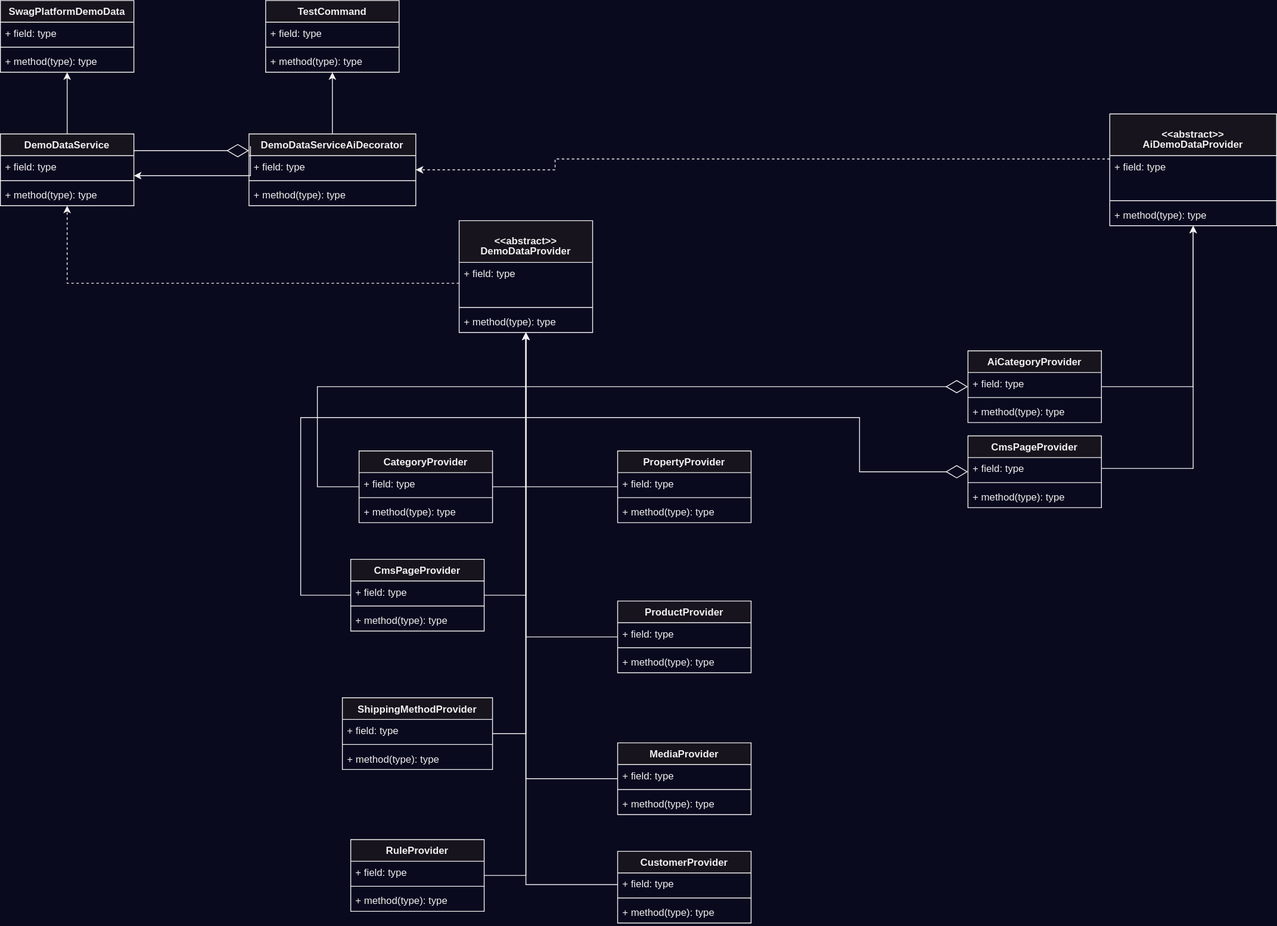
Earlier version of the draw.io export dev/DigaADD Class Diagram Decorationg.drawio.svg (ditegra-GmbH/SwagPlatformDemoData). Source tidied: cells renumbered, new cells last; positions are measured from the earlier drawing's top-left corner, leaving out a move shared by most shapes.
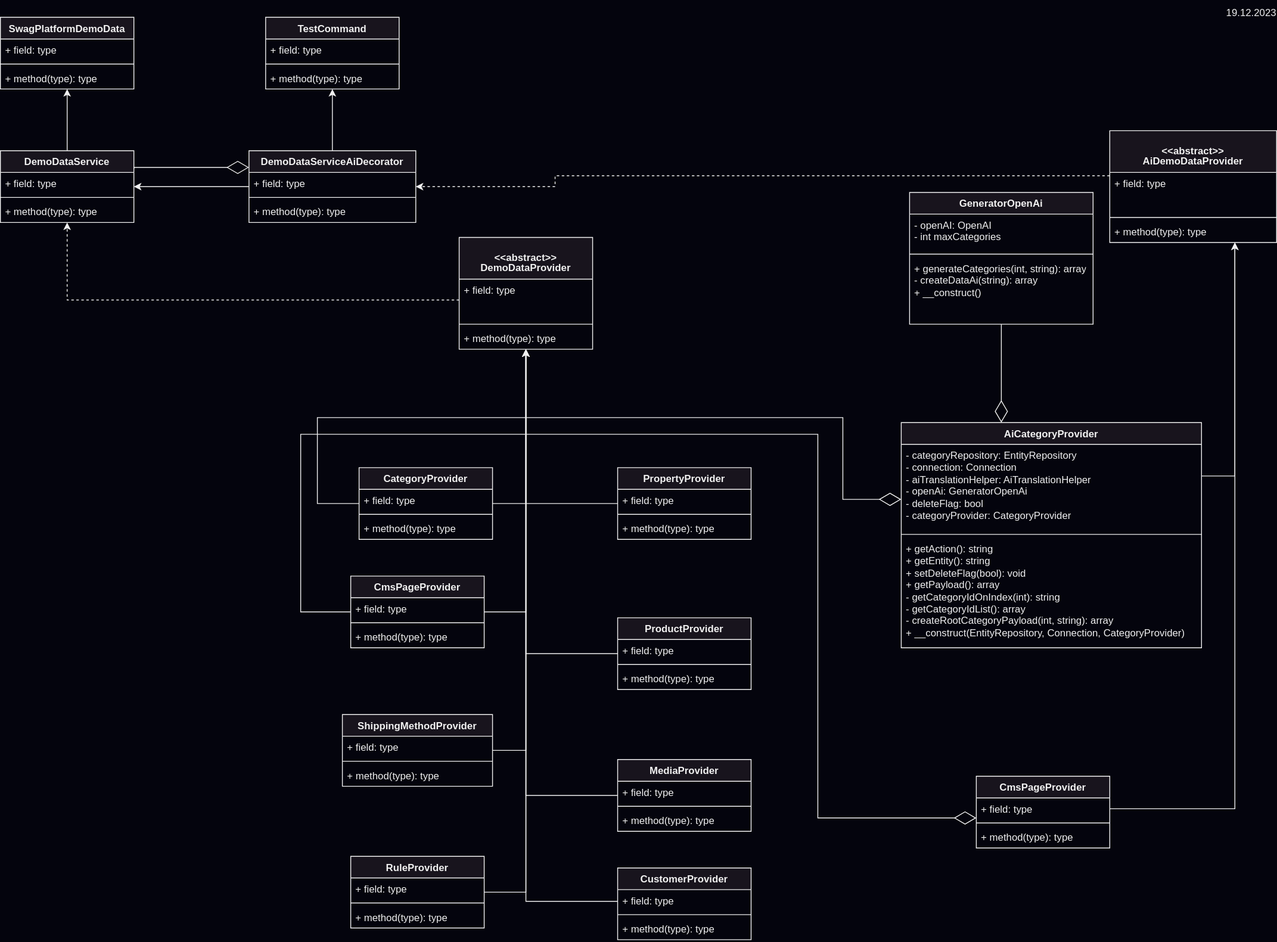
The same file after the commit.

Commit message:
update UML to current version of code

Change to the diagram source:
```diff
@@ -1,4 +1,4 @@
-<mxGraphModel>
+<mxGraphModel background="#04040D">
   <root>
     <mxCell id="0" />
     <mxCell id="1" parent="0" />
@@ -182,19 +182,23 @@
       <mxGeometry y="60" width="180" height="26" as="geometry" />
     </mxCell>
     <mxCell id="55" style="edgeStyle=orthogonalEdgeStyle;rounded=0;jettySize=auto;html=1;" parent="1" edge="1" source="56" target="61">
-      <mxGeometry relative="1" as="geometry" />
+      <mxGeometry relative="1" as="geometry">
+        <Array as="points">
+          <mxPoint x="1480" y="550" />
+        </Array>
+      </mxGeometry>
     </mxCell>
     <mxCell id="56" value="AiCategoryProvider" style="swimlane;fontStyle=1;align=center;verticalAlign=top;horizontal=1;startSize=26;whiteSpace=wrap;html=1;" parent="1" vertex="1">
-      <mxGeometry x="1160" y="420" width="160" height="86" as="geometry" />
+      <mxGeometry x="1080" y="486" width="360" height="270" as="geometry" />
     </mxCell>
-    <mxCell id="57" value="+ field: type" style="text;strokeColor=none;fillColor=none;align=left;verticalAlign=top;spacingLeft=4;spacingRight=4;overflow=hidden;whiteSpace=wrap;html=1;" parent="56" vertex="1">
-      <mxGeometry y="26" width="160" height="26" as="geometry" />
+    <mxCell id="57" value="&lt;div&gt;- categoryRepository: EntityRepository&lt;/div&gt;&lt;div&gt;- connection: Connection&lt;/div&gt;&lt;div&gt;- aiTranslationHelper: AiTranslationHelper&lt;/div&gt;&lt;div&gt;- openAi: GeneratorOpenAi&lt;/div&gt;&lt;div&gt;- deleteFlag: bool&lt;/div&gt;&lt;div&gt;- categoryProvider: CategoryProvider&lt;/div&gt;" style="text;strokeColor=none;fillColor=none;align=left;verticalAlign=top;spacingLeft=4;spacingRight=4;overflow=hidden;whiteSpace=wrap;html=1;" parent="56" vertex="1">
+      <mxGeometry y="26" width="360" height="104" as="geometry" />
     </mxCell>
     <mxCell id="58" style="line;strokeWidth=1;fillColor=none;align=left;verticalAlign=middle;spacingTop=-1;spacingLeft=3;spacingRight=3;labelPosition=right;strokeColor=inherit;" parent="56" vertex="1">
-      <mxGeometry y="52" width="160" height="8" as="geometry" />
+      <mxGeometry y="130" width="360" height="8" as="geometry" />
     </mxCell>
-    <mxCell id="59" value="+ method(type): type" style="text;strokeColor=none;fillColor=none;align=left;verticalAlign=top;spacingLeft=4;spacingRight=4;overflow=hidden;whiteSpace=wrap;html=1;" parent="56" vertex="1">
-      <mxGeometry y="60" width="160" height="26" as="geometry" />
+    <mxCell id="59" value="&lt;div&gt;+ getAction(): string&lt;/div&gt;&lt;div&gt;+ getEntity(): string&lt;/div&gt;&lt;div&gt;+ setDeleteFlag(bool): void&lt;/div&gt;&lt;div&gt;+ getPayload(): array&lt;/div&gt;&lt;div&gt;&lt;div&gt;- getCategoryIdOnIndex(int): string&lt;/div&gt;&lt;div&gt;- getCategoryIdList(): array&lt;/div&gt;&lt;div&gt;- createRootCategoryPayload(int, string): array&lt;/div&gt;&lt;/div&gt;&lt;div&gt;+ __construct(EntityRepository, Connection, CategoryProvider)&lt;/div&gt;" style="text;strokeColor=none;fillColor=none;align=left;verticalAlign=top;spacingLeft=4;spacingRight=4;overflow=hidden;whiteSpace=wrap;html=1;" parent="56" vertex="1">
+      <mxGeometry y="138" width="360" height="132" as="geometry" />
     </mxCell>
     <mxCell id="60" style="edgeStyle=orthogonalEdgeStyle;rounded=0;jettySize=auto;html=1;dashed=1;" parent="1" edge="1" source="61" target="67">
       <mxGeometry relative="1" as="geometry">
@@ -235,12 +239,8 @@
     <mxCell id="70" value="+ method(type): type" style="text;strokeColor=none;fillColor=none;align=left;verticalAlign=top;spacingLeft=4;spacingRight=4;overflow=hidden;whiteSpace=wrap;html=1;" parent="67" vertex="1">
       <mxGeometry y="60" width="200" height="26" as="geometry" />
     </mxCell>
-    <mxCell id="71" style="edgeStyle=orthogonalEdgeStyle;rounded=0;jettySize=auto;html=1;exitX=0.009;exitY=0.17;exitDx=0;exitDy=0;exitPerimeter=0;" parent="1" edge="1" source="67" target="7">
-      <mxGeometry relative="1" as="geometry">
-        <Array as="points">
-          <mxPoint x="300" y="210" />
-        </Array>
-      </mxGeometry>
+    <mxCell id="71" style="edgeStyle=orthogonalEdgeStyle;rounded=0;jettySize=auto;html=1;" parent="1" edge="1" source="67" target="7">
+      <mxGeometry relative="1" as="geometry" />
     </mxCell>
     <mxCell id="72" style="endArrow=diamondThin;endFill=0;endSize=24;html=1;rounded=0;edgeStyle=orthogonalEdgeStyle;exitX=1;exitY=0.25;exitDx=0;exitDy=0;" parent="1" edge="1" source="7" target="67">
       <mxGeometry relative="1" as="geometry">
@@ -265,12 +265,14 @@
       <mxGeometry relative="1" as="geometry">
         <Array as="points">
           <mxPoint x="380" y="583" />
-          <mxPoint x="380" y="463" />
+          <mxPoint x="380" y="480" />
+          <mxPoint x="1010" y="480" />
+          <mxPoint x="1010" y="578" />
         </Array>
       </mxGeometry>
     </mxCell>
     <mxCell id="78" value="CmsPageProvider" style="swimlane;fontStyle=1;align=center;verticalAlign=top;horizontal=1;startSize=26;whiteSpace=wrap;html=1;" parent="1" vertex="1">
-      <mxGeometry x="1160" y="522" width="160" height="86" as="geometry" />
+      <mxGeometry x="1170" y="910" width="160" height="86" as="geometry" />
     </mxCell>
     <mxCell id="79" value="+ field: type" style="text;strokeColor=none;fillColor=none;align=left;verticalAlign=top;spacingLeft=4;spacingRight=4;overflow=hidden;points=[[0,0.5],[1,0.5]];portConstraint=eastwest;whiteSpace=wrap;html=1;" parent="78" vertex="1">
       <mxGeometry y="26" width="160" height="26" as="geometry" />
@@ -286,13 +288,40 @@
         <Array as="points">
           <mxPoint x="360" y="713" />
           <mxPoint x="360" y="500" />
-          <mxPoint x="1030" y="500" />
-          <mxPoint x="1030" y="565" />
+          <mxPoint x="980" y="500" />
+          <mxPoint x="980" y="960" />
         </Array>
       </mxGeometry>
     </mxCell>
     <mxCell id="83" style="edgeStyle=orthogonalEdgeStyle;rounded=0;jettySize=auto;html=1;" parent="1" edge="1" source="79" target="61">
-      <mxGeometry relative="1" as="geometry" />
+      <mxGeometry relative="1" as="geometry">
+        <Array as="points">
+          <mxPoint x="1480" y="949" />
+        </Array>
+      </mxGeometry>
     </mxCell>
+    <mxCell id="84" value="GeneratorOpenAi" style="swimlane;fontStyle=1;align=center;verticalAlign=top;horizontal=1;startSize=26;whiteSpace=wrap;html=1;" parent="1" vertex="1">
+      <mxGeometry x="1090" y="210" width="220" height="158" as="geometry" />
+    </mxCell>
+    <mxCell id="85" value="- openAI: OpenAI&lt;br&gt;- int maxCategories" style="text;strokeColor=none;fillColor=none;align=left;verticalAlign=top;spacingLeft=4;spacingRight=4;overflow=hidden;whiteSpace=wrap;html=1;" parent="84" vertex="1">
+      <mxGeometry y="26" width="220" height="44" as="geometry" />
+    </mxCell>
+    <mxCell id="86" style="line;strokeWidth=1;fillColor=none;align=left;verticalAlign=middle;spacingTop=-1;spacingLeft=3;spacingRight=3;labelPosition=right;strokeColor=inherit;" parent="84" vertex="1">
+      <mxGeometry y="70" width="220" height="8" as="geometry" />
+    </mxCell>
+    <mxCell id="87" value="+&amp;nbsp;generateCategories(int, string): array&lt;br&gt;-&amp;nbsp;createDataAi(string): array&lt;br&gt;+&amp;nbsp;__construct&lt;span style=&quot;background-color: initial;&quot;&gt;()&lt;/span&gt;" style="text;strokeColor=none;fillColor=none;align=left;verticalAlign=top;spacingLeft=4;spacingRight=4;overflow=hidden;whiteSpace=wrap;html=1;" parent="84" vertex="1">
+      <mxGeometry y="78" width="220" height="80" as="geometry" />
+    </mxCell>
+    <mxCell id="88" style="endArrow=diamondThin;endFill=0;endSize=24;html=1;rounded=0;edgeStyle=orthogonalEdgeStyle;" parent="1" edge="1" source="84" target="56">
+      <mxGeometry relative="1" as="geometry">
+        <Array as="points">
+          <mxPoint x="1240" y="320" />
+          <mxPoint x="1240" y="320" />
+        </Array>
+      </mxGeometry>
+    </mxCell>
+    <mxCell id="89" value="19.12.2023" style="text;html=1;strokeColor=none;fillColor=none;align=center;verticalAlign=middle;whiteSpace=wrap;rounded=0;" parent="1" vertex="1">
+      <mxGeometry x="1470" y="-20" width="60" height="30" as="geometry" />
+    </mxCell>
   </root>
 </mxGraphModel>
```
